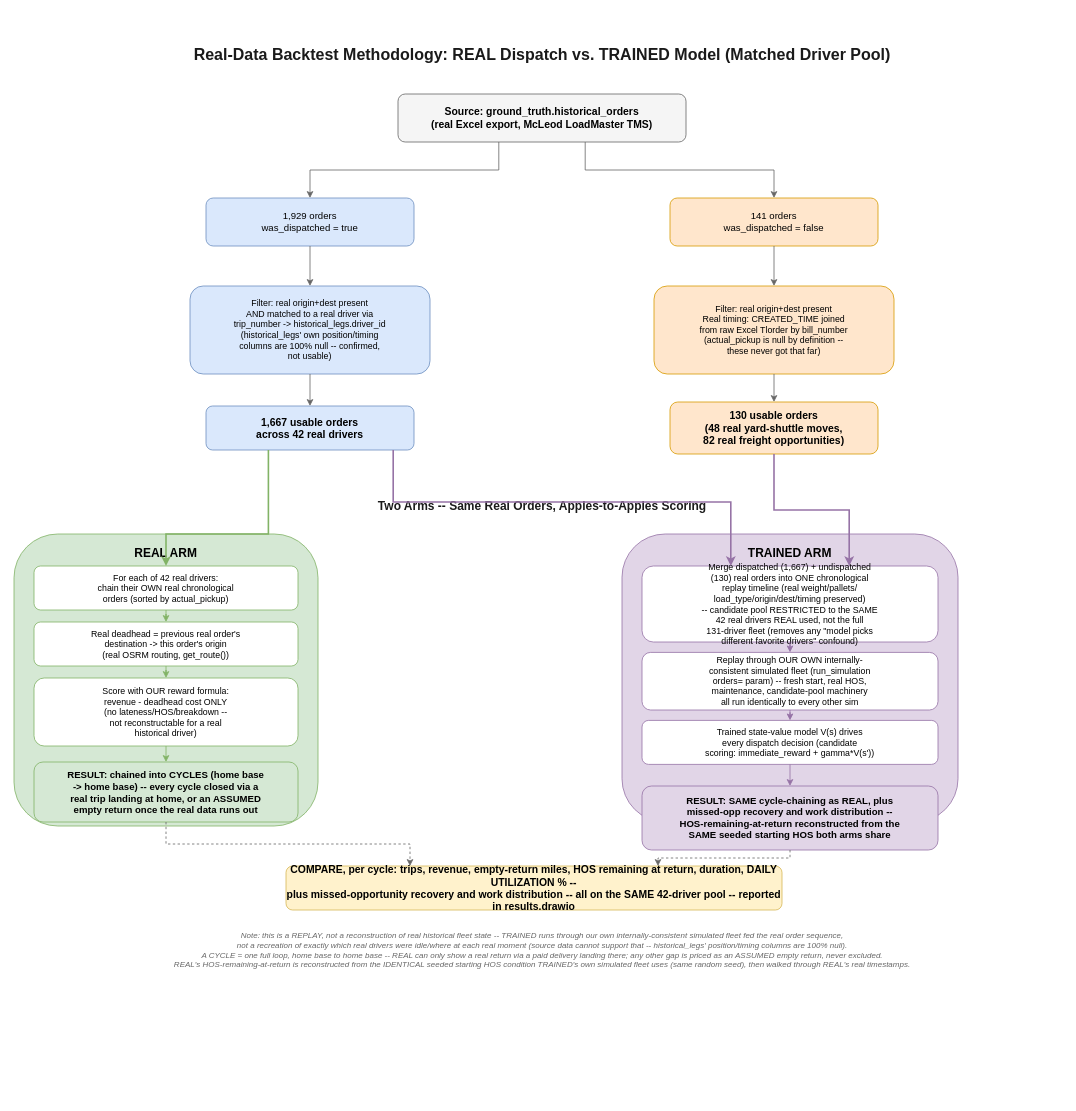
Before: documents/results/real_data_backtest/methodology.drawio in hazardscarn/roadstar-challenge, a draw.io diagram. Source tidied: cells renumbered, new cells numbered last; positions are measured from the earlier drawing's top-left corner, leaving out a move shared by most shapes. Both pictures are drawn from the tidied source at 80%, with x=0, y=0 at pixel (14, 38).
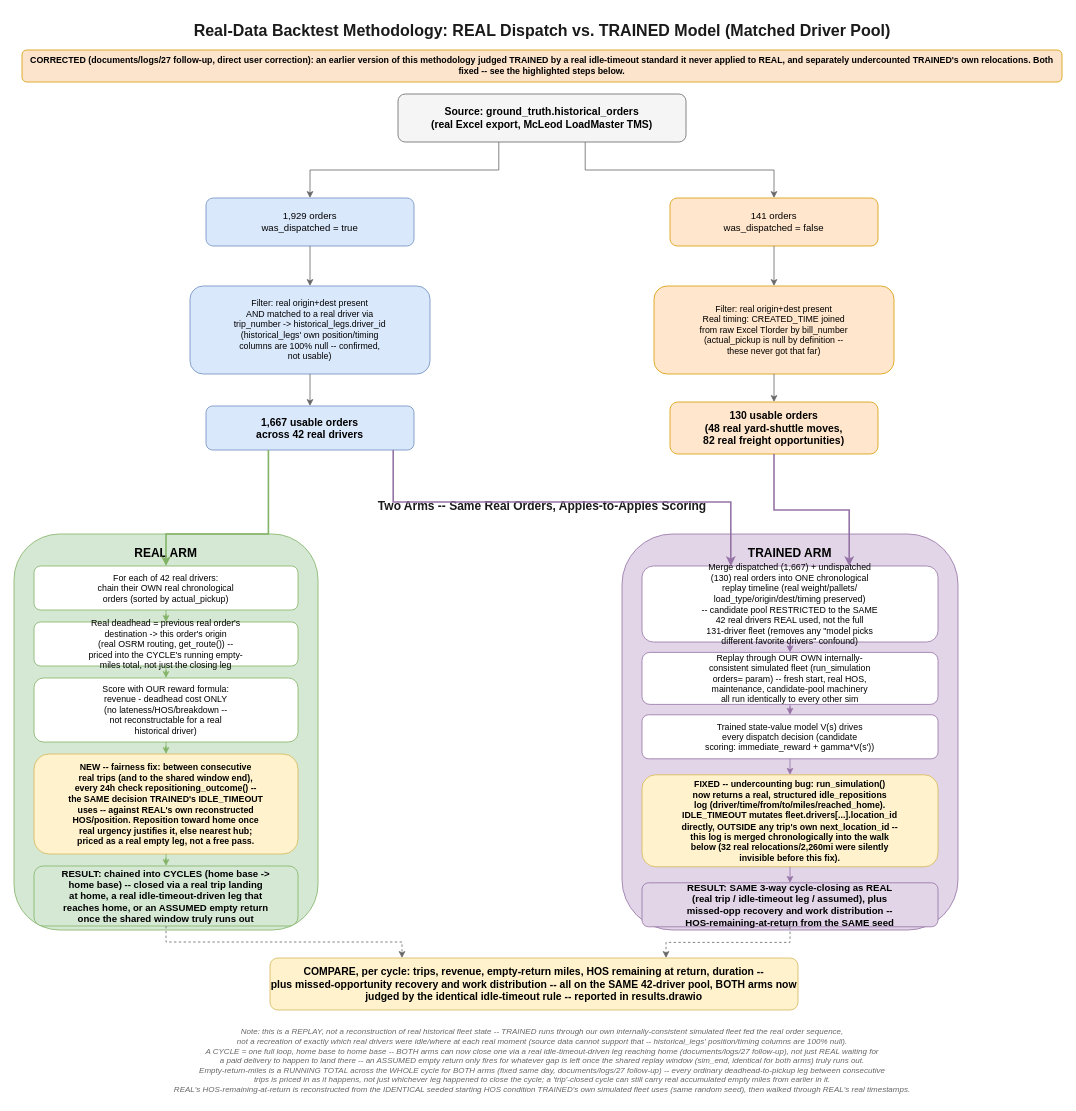
After the change.

Diff of the diagram source:
```diff
@@
     <mxCell id="2" value="Real-Data Backtest Methodology: REAL Dispatch vs. TRAINED Model (Matched Driver Pool)" style="text;html=1;fontSize=20;fontStyle=1;align=center;verticalAlign=middle;fontColor=#1A1A1A;" parent="1" vertex="1">
-      <mxGeometry x="160" width="1000" height="40" as="geometry" />
+      <mxGeometry x="160" y="-30" width="1000" height="40" as="geometry" />
     </mxCell>
+    <mxCell id="40" value="CORRECTED (documents/logs/27 follow-up, direct user correction): an earlier version of this methodology judged TRAINED by a real idle-timeout standard it never applied to REAL, and separately undercounted TRAINED's own relocations. Both fixed -- see the highlighted steps below." style="rounded=1;whiteSpace=wrap;html=1;fillColor=#FCE4CC;strokeColor=#D79B00;fontSize=11;fontStyle=1;align=center;verticalAlign=middle;" parent="1" vertex="1">
+      <mxGeometry x="10" y="15" width="1300" height="40" as="geometry" />
+    </mxCell>
@@
     <mxCell id="17" value="REAL ARM" style="rounded=1;whiteSpace=wrap;html=1;fillColor=#D5E8D4;strokeColor=#82B366;fontSize=15;fontStyle=1;align=center;verticalAlign=top;spacingTop=8;" parent="1" vertex="1">
-      <mxGeometry y="620" width="380" height="365" as="geometry" />
+      <mxGeometry y="620" width="380" height="495" as="geometry" />
     </mxCell>
@@
-    <mxCell id="19" value="Real deadhead = previous real order's&#10;destination -&gt; this order's origin&#10;(real OSRM routing, get_route())" style="rounded=1;whiteSpace=wrap;html=1;fillColor=#FFFFFF;strokeColor=#82B366;fontSize=11;align=center;" parent="1" vertex="1">
+    <mxCell id="19" value="Real deadhead = previous real order's&#10;destination -&gt; this order's origin&#10;(real OSRM routing, get_route()) --&#10;priced into the CYCLE's running empty-&#10;miles total, not just the closing leg" style="rounded=1;whiteSpace=wrap;html=1;fillColor=#FFFFFF;strokeColor=#82B366;fontSize=11;align=center;" parent="1" vertex="1">
       <mxGeometry x="25" y="730" width="330" height="55" as="geometry" />
     </mxCell>
@@
     <mxCell id="21" value="Score with OUR reward formula:&#10;revenue - deadhead cost ONLY&#10;(no lateness/HOS/breakdown --&#10;not reconstructable for a real&#10;historical driver)" style="rounded=1;whiteSpace=wrap;html=1;fillColor=#FFFFFF;strokeColor=#82B366;fontSize=11;align=center;" parent="1" vertex="1">
-      <mxGeometry x="25" y="800" width="330" height="85" as="geometry" />
+      <mxGeometry x="25" y="800" width="330" height="80" as="geometry" />
     </mxCell>
@@
+    <mxCell id="41" value="NEW -- fairness fix: between consecutive&#10;real trips (and to the shared window end),&#10;every 24h check repositioning_outcome() --&#10;the SAME decision TRAINED's IDLE_TIMEOUT&#10;uses -- against REAL's own reconstructed&#10;HOS/position. Reposition toward home once&#10;real urgency justifies it, else nearest hub;&#10;priced as a real empty leg, not a free pass." style="rounded=1;whiteSpace=wrap;html=1;fillColor=#FFF2CC;strokeColor=#D6B656;fontSize=11;fontStyle=1;align=center;" parent="1" vertex="1">
+      <mxGeometry x="25" y="895" width="330" height="125" as="geometry" />
+    </mxCell>
+    <mxCell id="42" style="edgeStyle=orthogonalEdgeStyle;rounded=0;html=1;strokeColor=#82B366;" parent="1" edge="1" source="21" target="41">
+      <mxGeometry relative="1" as="geometry" />
+    </mxCell>
-    <mxCell id="23" value="RESULT: chained into CYCLES (home base&#10;-&gt; home base) -- every cycle closed via a&#10;real trip landing at home, or an ASSUMED&#10;empty return once the real data runs out" style="rounded=1;whiteSpace=wrap;html=1;fillColor=#D5E8D4;strokeColor=#82B366;fontSize=12;fontStyle=1;align=center;" parent="1" vertex="1">
-      <mxGeometry x="25" y="905" width="330" height="75" as="geometry" />
+    <mxCell id="23" value="RESULT: chained into CYCLES (home base -&gt;&#10;home base) -- closed via a real trip landing&#10;at home, a real idle-timeout-driven leg that&#10;reaches home, or an ASSUMED empty return&#10;once the shared window truly runs out" style="rounded=1;whiteSpace=wrap;html=1;fillColor=#D5E8D4;strokeColor=#82B366;fontSize=12;fontStyle=1;align=center;" parent="1" vertex="1">
+      <mxGeometry x="25" y="1035" width="330" height="75" as="geometry" />
     </mxCell>
-    <mxCell id="24" style="edgeStyle=orthogonalEdgeStyle;rounded=0;html=1;strokeColor=#82B366;" parent="1" edge="1" source="21" target="23">
+    <mxCell id="24" style="edgeStyle=orthogonalEdgeStyle;rounded=0;html=1;strokeColor=#82B366;" parent="1" edge="1" source="41" target="23">
       <mxGeometry relative="1" as="geometry" />
     </mxCell>
     <mxCell id="25" value="TRAINED ARM" style="rounded=1;whiteSpace=wrap;html=1;fillColor=#E1D5E7;strokeColor=#9673A6;fontSize=15;fontStyle=1;align=center;verticalAlign=top;spacingTop=8;" parent="1" vertex="1">
-      <mxGeometry x="760" y="620" width="420" height="360" as="geometry" />
+      <mxGeometry x="760" y="620" width="420" height="495" as="geometry" />
     </mxCell>
@@
     <mxCell id="27" value="Replay through OUR OWN internally-&#10;consistent simulated fleet (run_simulation&#10;orders= param) -- fresh start, real HOS,&#10;maintenance, candidate-pool machinery&#10;all run identically to every other sim" style="rounded=1;whiteSpace=wrap;html=1;fillColor=#FFFFFF;strokeColor=#9673A6;fontSize=11;align=center;" parent="1" vertex="1">
-      <mxGeometry x="785" y="768" width="370" height="72" as="geometry" />
+      <mxGeometry x="785" y="768" width="370" height="65" as="geometry" />
     </mxCell>
@@
     <mxCell id="29" value="Trained state-value model V(s) drives&#10;every dispatch decision (candidate&#10;scoring: immediate_reward + gamma*V(s'))" style="rounded=1;whiteSpace=wrap;html=1;fillColor=#FFFFFF;strokeColor=#9673A6;fontSize=11;align=center;" parent="1" vertex="1">
-      <mxGeometry x="785" y="853" width="370" height="55" as="geometry" />
+      <mxGeometry x="785" y="846" width="370" height="55" as="geometry" />
     </mxCell>
@@
+    <mxCell id="43" value="FIXED -- undercounting bug: run_simulation()&#10;now returns a real, structured idle_repositions&#10;log (driver/time/from/to/miles/reached_home).&#10;IDLE_TIMEOUT mutates fleet.drivers[...].location_id&#10;directly, OUTSIDE any trip's own next_location_id --&#10;this log is merged chronologically into the walk&#10;below (32 real relocations/2,260mi were silently&#10;invisible before this fix)." style="rounded=1;whiteSpace=wrap;html=1;fillColor=#FFF2CC;strokeColor=#D6B656;fontSize=11;fontStyle=1;align=center;" parent="1" vertex="1">
+      <mxGeometry x="785" y="921" width="370" height="115" as="geometry" />
+    </mxCell>
+    <mxCell id="44" style="edgeStyle=orthogonalEdgeStyle;rounded=0;html=1;strokeColor=#9673A6;" parent="1" edge="1" source="29" target="43">
+      <mxGeometry relative="1" as="geometry" />
+    </mxCell>
-    <mxCell id="31" value="RESULT: SAME cycle-chaining as REAL, plus&#10;missed-opp recovery and work distribution --&#10;HOS-remaining-at-return reconstructed from the&#10;SAME seeded starting HOS both arms share" style="rounded=1;whiteSpace=wrap;html=1;fillColor=#E1D5E7;strokeColor=#9673A6;fontSize=12;fontStyle=1;align=center;" parent="1" vertex="1">
-      <mxGeometry x="785" y="935" width="370" height="80" as="geometry" />
+    <mxCell id="31" value="RESULT: SAME 3-way cycle-closing as REAL&#10;(real trip / idle-timeout leg / assumed), plus&#10;missed-opp recovery and work distribution --&#10;HOS-remaining-at-return from the SAME seed" style="rounded=1;whiteSpace=wrap;html=1;fillColor=#E1D5E7;strokeColor=#9673A6;fontSize=12;fontStyle=1;align=center;" parent="1" vertex="1">
+      <mxGeometry x="785" y="1056" width="370" height="55" as="geometry" />
     </mxCell>
-    <mxCell id="32" style="edgeStyle=orthogonalEdgeStyle;rounded=0;html=1;strokeColor=#9673A6;" parent="1" edge="1" source="29" target="31">
+    <mxCell id="32" style="edgeStyle=orthogonalEdgeStyle;rounded=0;html=1;strokeColor=#9673A6;" parent="1" edge="1" source="43" target="31">
       <mxGeometry relative="1" as="geometry" />
     </mxCell>
@@
-    <mxCell id="36" value="COMPARE, per cycle: trips, revenue, empty-return miles, HOS remaining at return, duration, DAILY UTILIZATION % --&#10;plus missed-opportunity recovery and work distribution -- all on the SAME 42-driver pool -- reported in results.drawio" style="rounded=1;whiteSpace=wrap;html=1;fillColor=#FFF2CC;strokeColor=#D6B656;fontSize=13;fontStyle=1;align=center;" parent="1" vertex="1">
-      <mxGeometry x="340" y="1035" width="620" height="55" as="geometry" />
+    <mxCell id="36" value="COMPARE, per cycle: trips, revenue, empty-return miles, HOS remaining at return, duration --&#10;plus missed-opportunity recovery and work distribution -- all on the SAME 42-driver pool, BOTH arms now&#10;judged by the identical idle-timeout rule -- reported in results.drawio" style="rounded=1;whiteSpace=wrap;html=1;fillColor=#FFF2CC;strokeColor=#D6B656;fontSize=13;fontStyle=1;align=center;" parent="1" vertex="1">
+      <mxGeometry x="320" y="1150" width="660" height="65" as="geometry" />
     </mxCell>
@@
-    <mxCell id="39" value="Note: this is a REPLAY, not a reconstruction of real historical fleet state -- TRAINED runs through our own internally-consistent simulated fleet fed the real order sequence,&#10;not a recreation of exactly which real drivers were idle/where at each real moment (source data cannot support that -- historical_legs' position/timing columns are 100% null).&#10;A CYCLE = one full loop, home base to home base -- REAL can only show a real return via a paid delivery landing there; any other gap is priced as an ASSUMED empty return, never excluded.&#10;REAL's HOS-remaining-at-return is reconstructed from the IDENTICAL seeded starting HOS condition TRAINED's own simulated fleet uses (same random seed), then walked through REAL's real timestamps." style="text;html=1;fontSize=10;fontStyle=2;align=center;verticalAlign=middle;fontColor=#666666;" parent="1" vertex="1">
-      <mxGeometry x="10" y="1100" width="1300" height="80" as="geometry" />
+    <mxCell id="39" value="Note: this is a REPLAY, not a reconstruction of real historical fleet state -- TRAINED runs through our own internally-consistent simulated fleet fed the real order sequence,&#10;not a recreation of exactly which real drivers were idle/where at each real moment (source data cannot support that -- historical_legs' position/timing columns are 100% null).&#10;A CYCLE = one full loop, home base to home base -- BOTH arms can now close one via a real idle-timeout-driven leg reaching home (documents/logs/27 follow-up), not just REAL waiting for&#10;a paid delivery to happen to land there -- an ASSUMED empty return only fires for whatever gap is left once the shared replay window (sim_end, identical for both arms) truly runs out.&#10;Empty-return-miles is a RUNNING TOTAL across the WHOLE cycle for BOTH arms (fixed same day, documents/logs/27 follow-up) -- every ordinary deadhead-to-pickup leg between consecutive&#10;trips is priced in as it happens, not just whichever leg happened to close the cycle; a 'trip'-closed cycle can still carry real accumulated empty miles from earlier in it.&#10;REAL's HOS-remaining-at-return is reconstructed from the IDENTICAL seeded starting HOS condition TRAINED's own simulated fleet uses (same random seed), then walked through REAL's real timestamps." style="text;html=1;fontSize=10;fontStyle=2;align=center;verticalAlign=middle;fontColor=#666666;" parent="1" vertex="1">
+      <mxGeometry x="10" y="1230" width="1300" height="95" as="geometry" />
     </mxCell>
```
